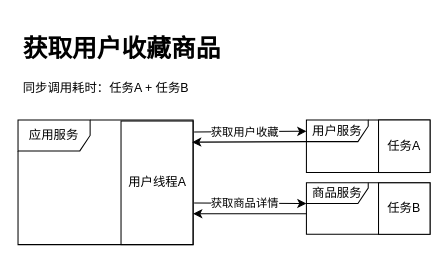
keep-moving-free/keep-moving-free keeps this draw.io diagram as 1.drawio. Above is the earlier version. Source tidied: cells renumbered, new cells numbered last; positions are measured from the earlier drawing's top-left corner, leaving out a move shared by most shapes. Both pictures are drawn from the tidied source at 103%, with x=0, y=0 at pixel (18, 28).
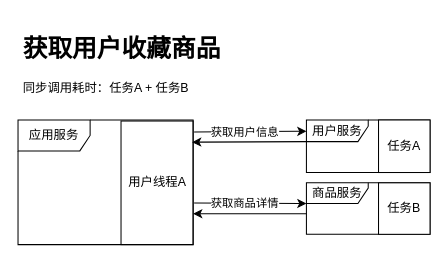
The same diagram, later.

Diff of the diagram source:
```diff
@@
 <mxGraphModel>
   <root>
     <mxCell id="0" />
     <mxCell id="1" parent="0" />
     <mxCell id="2" value="&lt;h1&gt;获取用户收藏商品&lt;/h1&gt;&lt;p&gt;同步调用耗时：任务A + 任务B&lt;/p&gt;" style="text;html=1;strokeColor=none;fillColor=none;spacing=5;spacingTop=-20;whiteSpace=wrap;overflow=hidden;rounded=0;" parent="1" vertex="1">
       <mxGeometry width="290" height="70" as="geometry" />
     </mxCell>
     <mxCell id="3" value="用户线程A" style="html=1;" parent="1" vertex="1">
       <mxGeometry x="100" y="90" width="70" height="120" as="geometry" />
     </mxCell>
     <mxCell id="4" value="应用服务" style="shape=umlFrame;whiteSpace=wrap;html=1;width=70;height=30;" parent="1" vertex="1">
       <mxGeometry y="89" width="170" height="121" as="geometry" />
     </mxCell>
     <mxCell id="5" value="用户服务" style="shape=umlFrame;whiteSpace=wrap;html=1;width=60;height=21;" parent="1" vertex="1">
       <mxGeometry x="280" y="89" width="120" height="51" as="geometry" />
     </mxCell>
     <mxCell id="6" value="商品服务" style="shape=umlFrame;whiteSpace=wrap;html=1;width=60;height=20;" parent="1" vertex="1">
       <mxGeometry x="280" y="150" width="120" height="50" as="geometry" />
     </mxCell>
     <mxCell id="7" style="endArrow=classic;html=1;rounded=0;exitX=1.014;exitY=0.088;exitDx=0;exitDy=0;exitPerimeter=0;" parent="1" edge="1" source="3">
       <mxGeometry relative="1" as="geometry">
         <mxPoint x="280" y="100" as="targetPoint" />
       </mxGeometry>
     </mxCell>
-    <mxCell id="8" value="获取用户收藏" style="edgeLabel;html=1;align=center;verticalAlign=middle;" parent="7" vertex="1">
+    <mxCell id="8" value="获取用户信息" style="edgeLabel;html=1;align=center;verticalAlign=middle;" parent="7" vertex="1">
       <mxGeometry x="-0.25" relative="1" as="geometry">
         <mxPoint x="8" as="offset" />
       </mxGeometry>
     </mxCell>
     <mxCell id="9" style="endArrow=classic;html=1;rounded=0;entryX=0.986;entryY=0.171;entryDx=0;entryDy=0;entryPerimeter=0;" parent="1" edge="1" target="3">
       <mxGeometry relative="1" as="geometry">
         <mxPoint x="280" y="110" as="sourcePoint" />
       </mxGeometry>
     </mxCell>
     <mxCell id="10" style="endArrow=classic;html=1;rounded=0;exitX=1.014;exitY=0.663;exitDx=0;exitDy=0;exitPerimeter=0;" parent="1" edge="1" source="3">
       <mxGeometry relative="1" as="geometry">
         <mxPoint x="280" y="170" as="targetPoint" />
       </mxGeometry>
     </mxCell>
     <mxCell id="11" value="获取商品详情" style="edgeLabel;html=1;align=center;verticalAlign=middle;" parent="10" vertex="1">
       <mxGeometry x="-0.25" relative="1" as="geometry">
         <mxPoint x="8" as="offset" />
       </mxGeometry>
     </mxCell>
     <mxCell id="12" style="endArrow=classic;html=1;rounded=0;entryX=1;entryY=0.75;entryDx=0;entryDy=0;" parent="1" edge="1" target="3">
       <mxGeometry relative="1" as="geometry">
         <mxPoint x="280" y="180" as="sourcePoint" />
       </mxGeometry>
     </mxCell>
     <mxCell id="13" value="任务A" style="rounded=0;whiteSpace=wrap;html=1;" parent="1" vertex="1">
       <mxGeometry x="350" y="89" width="50" height="51" as="geometry" />
     </mxCell>
     <mxCell id="14" value="任务B" style="rounded=0;whiteSpace=wrap;html=1;" parent="1" vertex="1">
       <mxGeometry x="350" y="150" width="50" height="50" as="geometry" />
     </mxCell>
   </root>
 </mxGraphModel>
```
